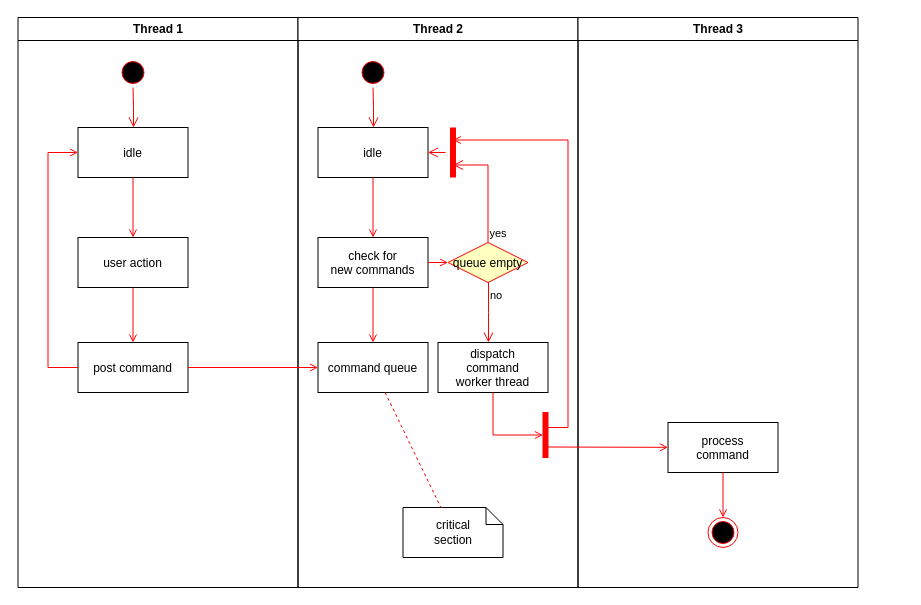
The draw.io diagram Proceso de atención a clientes.drawio in DanielQwer97/hola, before the edit. Source tidied: cells renumbered, new cells numbered last; positions are measured from the earlier drawing's top-left corner, leaving out a move shared by most shapes. Both pictures are drawn from the tidied source at 100%, with x=0, y=0 at pixel (17, 17).
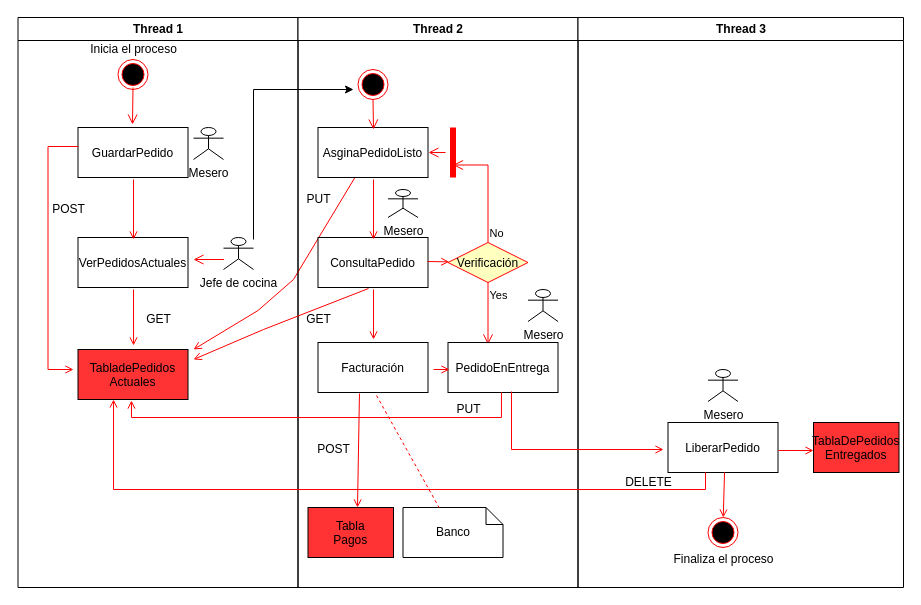
Above is the later version.

The change refers to these unchanged cells:
```xml
<mxCell id="2" value="Thread 1" style="swimlane;whiteSpace=wrap;" parent="1" vertex="1">
  <mxGeometry x="0.5" width="280" height="570" as="geometry" />
</mxCell>
<mxCell id="11" value="Thread 2" style="swimlane;whiteSpace=wrap;" parent="1" vertex="1">
  <mxGeometry x="280.5" width="280" height="570" as="geometry" />
</mxCell>
<mxCell id="23" style="shape=line;strokeWidth=6;strokeColor=#ff0000;rotation=90;" parent="11" vertex="1">
  <mxGeometry x="130" y="127.5" width="50" height="15" as="geometry" />
</mxCell>
<mxCell id="34" style="ellipse;shape=endState;fillColor=#000000;strokeColor=#ff0000;" parent="30" vertex="1">
  <mxGeometry x="130" y="500" width="30" height="30" as="geometry" />
</mxCell>
```

Change to the diagram source:
```diff
@@
-    <mxCell id="3" style="ellipse;shape=startState;fillColor=#000000;strokeColor=#ff0000;" parent="2" vertex="1">
-      <mxGeometry x="100" y="40" width="30" height="30" as="geometry" />
-    </mxCell>
+    <mxCell id="37" value="Mesero&lt;br&gt;" style="shape=umlActor;verticalLabelPosition=bottom;verticalAlign=top;html=1;" parent="2" vertex="1">
+      <mxGeometry x="175.5" y="110" width="30" height="32" as="geometry" />
+    </mxCell>
-    <mxCell id="4" style="edgeStyle=elbowEdgeStyle;elbow=horizontal;verticalAlign=bottom;endArrow=open;endSize=8;strokeColor=#FF0000;endFill=1;rounded=0;" parent="2" edge="1" source="3" target="5">
-      <mxGeometry x="100" y="40" as="geometry" />
+    <mxCell id="4" style="edgeStyle=elbowEdgeStyle;elbow=horizontal;verticalAlign=bottom;endArrow=open;endSize=8;strokeColor=#FF0000;endFill=1;rounded=0;entryX=0.495;entryY=-0.06;entryDx=0;entryDy=0;entryPerimeter=0;" parent="2" edge="1" target="5">
+      <mxGeometry x="100" y="40" as="geometry">
+        <mxPoint x="115" y="70" as="sourcePoint" />
+      </mxGeometry>
     </mxCell>
-    <mxCell id="5" value="idle" parent="2" vertex="1">
+    <mxCell id="5" value="GuardarPedido" parent="2" vertex="1">
       <mxGeometry x="60" y="110" width="110" height="50" as="geometry" />
     </mxCell>
-    <mxCell id="6" value="user action" parent="2" vertex="1">
+    <mxCell id="6" value="VerPedidosActuales" parent="2" vertex="1">
       <mxGeometry x="60" y="220" width="110" height="50" as="geometry" />
     </mxCell>
-    <mxCell id="7" style="endArrow=open;strokeColor=#FF0000;endFill=1;rounded=0;" parent="2" edge="1" source="5" target="6">
-      <mxGeometry relative="1" as="geometry" />
+    <mxCell id="7" style="endArrow=open;strokeColor=#FF0000;endFill=1;rounded=0;" parent="2" edge="1">
+      <mxGeometry relative="1" as="geometry">
+        <mxPoint x="115.5" y="162" as="sourcePoint" />
+        <mxPoint x="115.5" y="222" as="targetPoint" />
+      </mxGeometry>
     </mxCell>
-    <mxCell id="8" value="post command" parent="2" vertex="1">
-      <mxGeometry x="60" y="325" width="110" height="50" as="geometry" />
+    <mxCell id="8" value="TabladePedidos&#10;Actuales" style="fillColor=#FF3333;" parent="2" vertex="1">
+      <mxGeometry x="60" y="332" width="110" height="50" as="geometry" />
     </mxCell>
-    <mxCell id="9" style="endArrow=open;strokeColor=#FF0000;endFill=1;rounded=0;" parent="2" edge="1" source="6" target="8">
-      <mxGeometry relative="1" as="geometry" />
+    <mxCell id="9" style="endArrow=open;strokeColor=#FF0000;endFill=1;rounded=0;entryX=0.505;entryY=-0.08;entryDx=0;entryDy=0;entryPerimeter=0;" parent="2" edge="1" target="8">
+      <mxGeometry relative="1" as="geometry">
+        <mxPoint x="115.5" y="272" as="sourcePoint" />
+      </mxGeometry>
     </mxCell>
-    <mxCell id="10" style="edgeStyle=elbowEdgeStyle;elbow=horizontal;strokeColor=#FF0000;endArrow=open;endFill=1;rounded=0;" parent="2" edge="1" source="8" target="5">
+    <mxCell id="10" style="edgeStyle=elbowEdgeStyle;elbow=horizontal;strokeColor=#FF0000;endArrow=open;endFill=1;rounded=0;exitX=0.005;exitY=0.38;exitDx=0;exitDy=0;exitPerimeter=0;" parent="2" edge="1" source="5">
       <mxGeometry relative="1" as="geometry">
+        <mxPoint x="55.5" y="352" as="targetPoint" />
         <Array as="points">
           <mxPoint x="30" y="250" />
         </Array>
       </mxGeometry>
     </mxCell>
+    <mxCell id="38" value="Jefe de cocina" style="shape=umlActor;verticalLabelPosition=bottom;verticalAlign=top;html=1;" parent="2" vertex="1">
+      <mxGeometry x="205.5" y="220" width="30" height="32" as="geometry" />
+    </mxCell>
+    <mxCell id="39" style="edgeStyle=elbowEdgeStyle;elbow=horizontal;verticalAlign=bottom;endArrow=open;endSize=8;strokeColor=#FF0000;endFill=1;rounded=0;" parent="2" edge="1">
+      <mxGeometry x="26" y="-6" as="geometry">
+        <mxPoint x="185.5" y="242" as="sourcePoint" />
+        <mxPoint x="175.5" y="242" as="targetPoint" />
+        <Array as="points">
+          <mxPoint x="206" y="242" />
+          <mxPoint x="226" y="162" />
+        </Array>
+      </mxGeometry>
+    </mxCell>
+    <mxCell id="40" value="GET" style="text;html=1;align=center;verticalAlign=middle;strokeColor=none;fillColor=none;" parent="2" vertex="1">
+      <mxGeometry x="120" y="292" width="40" height="20" as="geometry" />
+    </mxCell>
+    <mxCell id="41" value="POST" style="text;html=1;align=center;verticalAlign=middle;strokeColor=none;fillColor=none;" parent="2" vertex="1">
+      <mxGeometry x="25.5" y="182" width="50" height="20" as="geometry" />
+    </mxCell>
+    <mxCell id="42" style="endArrow=open;strokeColor=#FF0000;endFill=1;rounded=0;exitX=0.341;exitY=0.98;exitDx=0;exitDy=0;exitPerimeter=0;" parent="2" edge="1" source="14">
+      <mxGeometry relative="1" as="geometry">
+        <mxPoint x="175.5" y="332" as="targetPoint" />
+        <Array as="points">
+          <mxPoint x="275.5" y="262" />
+          <mxPoint x="240" y="293" />
+        </Array>
+      </mxGeometry>
+    </mxCell>
+    <mxCell id="43" style="ellipse;shape=endState;fillColor=#000000;strokeColor=#ff0000;" parent="2" vertex="1">
+      <mxGeometry x="100" y="42" width="30" height="30" as="geometry" />
+    </mxCell>
+    <mxCell id="44" value="Inicia el proceso" style="text;html=1;align=center;verticalAlign=middle;strokeColor=none;fillColor=none;" parent="2" vertex="1">
+      <mxGeometry x="65" y="22" width="100" height="20" as="geometry" />
+    </mxCell>
@@
-    <mxCell id="12" style="ellipse;shape=startState;fillColor=#000000;strokeColor=#ff0000;" parent="11" vertex="1">
-      <mxGeometry x="60" y="40" width="30" height="30" as="geometry" />
-    </mxCell>
-    <mxCell id="13" style="edgeStyle=elbowEdgeStyle;elbow=horizontal;verticalAlign=bottom;endArrow=open;endSize=8;strokeColor=#FF0000;endFill=1;rounded=0;" parent="11" edge="1" source="12" target="14">
-      <mxGeometry x="40" y="20" as="geometry" />
-    </mxCell>
-    <mxCell id="14" value="idle" parent="11" vertex="1">
+    <mxCell id="14" value="AsginaPedidoListo" parent="11" vertex="1">
       <mxGeometry x="20" y="110" width="110" height="50" as="geometry" />
     </mxCell>
-    <mxCell id="15" value="check for &#10;new commands" parent="11" vertex="1">
+    <mxCell id="15" value="ConsultaPedido" parent="11" vertex="1">
       <mxGeometry x="20" y="220" width="110" height="50" as="geometry" />
     </mxCell>
-    <mxCell id="16" style="endArrow=open;strokeColor=#FF0000;endFill=1;rounded=0;" parent="11" edge="1" source="14" target="15">
-      <mxGeometry relative="1" as="geometry" />
+    <mxCell id="16" style="endArrow=open;strokeColor=#FF0000;endFill=1;rounded=0;" parent="11" edge="1">
+      <mxGeometry relative="1" as="geometry">
+        <mxPoint x="75.5" y="162" as="sourcePoint" />
+        <mxPoint x="75.5" y="222" as="targetPoint" />
+      </mxGeometry>
     </mxCell>
-    <mxCell id="17" value="command queue" parent="11" vertex="1">
+    <mxCell id="17" value="Facturación" parent="11" vertex="1">
       <mxGeometry x="20" y="325" width="110" height="50" as="geometry" />
     </mxCell>
-    <mxCell id="18" style="endArrow=open;strokeColor=#FF0000;endFill=1;rounded=0;" parent="11" edge="1" source="15" target="17">
-      <mxGeometry relative="1" as="geometry" />
+    <mxCell id="18" style="endArrow=open;strokeColor=#FF0000;endFill=1;rounded=0;" parent="11" edge="1">
+      <mxGeometry relative="1" as="geometry">
+        <mxPoint x="75.5" y="272" as="sourcePoint" />
+        <mxPoint x="75.5" y="322" as="targetPoint" />
+      </mxGeometry>
     </mxCell>
-    <mxCell id="19" value="queue empty" style="rhombus;fillColor=#ffffc0;strokeColor=#ff0000;" parent="11" vertex="1">
+    <mxCell id="19" value="Verificación" style="rhombus;fillColor=#ffffc0;strokeColor=#ff0000;" parent="11" vertex="1">
       <mxGeometry x="150" y="225" width="80" height="40" as="geometry" />
     </mxCell>
-    <mxCell id="20" value="yes" style="edgeStyle=elbowEdgeStyle;elbow=horizontal;align=left;verticalAlign=bottom;endArrow=open;endSize=8;strokeColor=#FF0000;exitX=0.5;exitY=0;endFill=1;rounded=0;entryX=0.75;entryY=0.5;entryPerimeter=0;" parent="11" edge="1" source="19" target="23">
+    <mxCell id="20" value="No" style="edgeStyle=elbowEdgeStyle;elbow=horizontal;align=left;verticalAlign=bottom;endArrow=open;endSize=8;strokeColor=#FF0000;exitX=0.5;exitY=0;endFill=1;rounded=0;entryX=0.75;entryY=0.5;entryPerimeter=0;" parent="11" edge="1" source="19" target="23">
       <mxGeometry x="-1" relative="1" as="geometry">
         <Array as="points">
           <mxPoint x="190" y="180" />
         </Array>
       </mxGeometry>
     </mxCell>
-    <mxCell id="21" value="no" style="edgeStyle=elbowEdgeStyle;elbow=horizontal;align=left;verticalAlign=top;endArrow=open;endSize=8;strokeColor=#FF0000;endFill=1;rounded=0;" parent="11" edge="1" source="19" target="25">
-      <mxGeometry x="-1" relative="1" as="geometry" />
+    <mxCell id="21" value="Yes" style="edgeStyle=elbowEdgeStyle;elbow=horizontal;align=left;verticalAlign=top;endArrow=open;endSize=8;strokeColor=#FF0000;endFill=1;rounded=0;entryX=0.368;entryY=0.04;entryDx=0;entryDy=0;entryPerimeter=0;" parent="11" edge="1" source="19" target="25">
+      <mxGeometry x="-1" relative="1" as="geometry">
+        <Array as="points">
+          <mxPoint x="190" y="292" />
+        </Array>
+      </mxGeometry>
     </mxCell>
-    <mxCell id="22" style="endArrow=open;strokeColor=#FF0000;endFill=1;rounded=0;" parent="11" edge="1" source="15" target="19">
+    <mxCell id="22" style="endArrow=open;strokeColor=#FF0000;endFill=1;rounded=0;exitX=0.995;exitY=0.48;exitDx=0;exitDy=0;exitPerimeter=0;" parent="11" edge="1" source="15" target="19">
       <mxGeometry relative="1" as="geometry" />
     </mxCell>
@@
-    <mxCell id="24" style="edgeStyle=elbowEdgeStyle;elbow=horizontal;verticalAlign=bottom;endArrow=open;endSize=8;strokeColor=#FF0000;endFill=1;rounded=0;" parent="11" edge="1" source="23" target="14">
-      <mxGeometry x="130" y="90" as="geometry" />
+    <mxCell id="24" style="edgeStyle=elbowEdgeStyle;elbow=horizontal;verticalAlign=bottom;endArrow=open;endSize=8;strokeColor=#FF0000;endFill=1;rounded=0;" parent="11" edge="1" source="23">
+      <mxGeometry x="130" y="90" as="geometry">
+        <mxPoint x="130.5" y="135" as="targetPoint" />
+      </mxGeometry>
     </mxCell>
-    <mxCell id="25" value="dispatch&#10;command&#10;worker thread" parent="11" vertex="1">
-      <mxGeometry x="140" y="325" width="110" height="50" as="geometry" />
+    <mxCell id="25" value="PedidoEnEntrega" parent="11" vertex="1">
+      <mxGeometry x="150" y="325" width="110" height="50" as="geometry" />
     </mxCell>
-    <mxCell id="26" value="critical&#10;section" style="shape=note;whiteSpace=wrap;size=17;" parent="11" vertex="1">
+    <mxCell id="26" value="Banco" style="shape=note;whiteSpace=wrap;size=17;" parent="11" vertex="1">
       <mxGeometry x="105" y="490" width="100" height="50" as="geometry" />
     </mxCell>
-    <mxCell id="27" style="endArrow=none;strokeColor=#FF0000;endFill=0;rounded=0;dashed=1;" parent="11" edge="1" source="17" target="26">
+    <mxCell id="27" style="endArrow=none;strokeColor=#FF0000;endFill=0;rounded=0;dashed=1;exitX=0.532;exitY=1.06;exitDx=0;exitDy=0;exitPerimeter=0;" parent="11" edge="1" source="17" target="26">
       <mxGeometry relative="1" as="geometry" />
     </mxCell>
-    <mxCell id="28" style="whiteSpace=wrap;strokeColor=#FF0000;fillColor=#FF0000;" parent="11" vertex="1">
-      <mxGeometry x="245" y="395" width="5" height="45" as="geometry" />
-    </mxCell>
-    <mxCell id="29" style="edgeStyle=elbowEdgeStyle;elbow=horizontal;entryX=0;entryY=0.5;strokeColor=#FF0000;endArrow=open;endFill=1;rounded=0;" parent="11" edge="1" source="25" target="28">
-      <mxGeometry relative="1" as="geometry">
-        <Array as="points">
-          <mxPoint x="195" y="400" />
-        </Array>
-      </mxGeometry>
-    </mxCell>
+    <mxCell id="45" value="GET" style="text;html=1;align=center;verticalAlign=middle;strokeColor=none;fillColor=none;" parent="11" vertex="1">
+      <mxGeometry y="292" width="40" height="20" as="geometry" />
+    </mxCell>
+    <mxCell id="46" value="PUT" style="text;html=1;align=center;verticalAlign=middle;strokeColor=none;fillColor=none;" parent="11" vertex="1">
+      <mxGeometry y="172" width="40" height="20" as="geometry" />
+    </mxCell>
+    <mxCell id="47" style="ellipse;shape=endState;fillColor=#000000;strokeColor=#ff0000;" parent="11" vertex="1">
+      <mxGeometry x="60" y="52" width="30" height="30" as="geometry" />
+    </mxCell>
+    <mxCell id="48" style="edgeStyle=elbowEdgeStyle;elbow=horizontal;verticalAlign=bottom;endArrow=open;endSize=8;strokeColor=#FF0000;endFill=1;rounded=0;exitX=0.5;exitY=1;exitDx=0;exitDy=0;" parent="11" edge="1" source="47">
+      <mxGeometry x="-334.5" y="-78" as="geometry">
+        <mxPoint x="75.5" y="112" as="targetPoint" />
+      </mxGeometry>
+    </mxCell>
+    <mxCell id="49" value="Tabla&#10;Pagos" style="fillColor=#FF3333;" parent="11" vertex="1">
+      <mxGeometry x="10" y="490" width="85.5" height="50" as="geometry" />
+    </mxCell>
+    <mxCell id="36" style="endArrow=open;strokeColor=#FF0000;endFill=1;rounded=0;entryX=0.579;entryY=0;entryDx=0;entryDy=0;entryPerimeter=0;exitX=0.377;exitY=1.02;exitDx=0;exitDy=0;exitPerimeter=0;" parent="11" edge="1" source="17" target="49">
+      <mxGeometry relative="1" as="geometry" />
+    </mxCell>
+    <mxCell id="50" value="POST" style="text;html=1;align=center;verticalAlign=middle;strokeColor=none;fillColor=none;" parent="11" vertex="1">
+      <mxGeometry x="10" y="422" width="50" height="20" as="geometry" />
+    </mxCell>
+    <mxCell id="51" style="endArrow=open;strokeColor=#FF0000;endFill=1;rounded=0;entryX=0.014;entryY=0.54;entryDx=0;entryDy=0;entryPerimeter=0;" parent="11" edge="1" target="25">
+      <mxGeometry relative="1" as="geometry">
+        <mxPoint x="135.5" y="352" as="sourcePoint" />
+        <Array as="points">
+          <mxPoint x="135.5" y="352" />
+        </Array>
+      </mxGeometry>
+    </mxCell>
+    <mxCell id="52" value="Mesero&lt;br&gt;" style="shape=umlActor;verticalLabelPosition=bottom;verticalAlign=top;html=1;" parent="11" vertex="1">
+      <mxGeometry x="230" y="272" width="30" height="32" as="geometry" />
+    </mxCell>
+    <mxCell id="53" value="Mesero&lt;br&gt;" style="shape=umlActor;verticalLabelPosition=bottom;verticalAlign=top;html=1;" parent="11" vertex="1">
+      <mxGeometry x="90" y="172" width="30" height="28" as="geometry" />
+    </mxCell>
+    <mxCell id="54" value="PUT" style="text;html=1;align=center;verticalAlign=middle;strokeColor=none;fillColor=none;" parent="11" vertex="1">
+      <mxGeometry x="150" y="382" width="40" height="20" as="geometry" />
+    </mxCell>
     <mxCell id="30" value="Thread 3" style="swimlane;whiteSpace=wrap;" parent="1" vertex="1">
-      <mxGeometry x="560.5" width="280" height="570" as="geometry" />
+      <mxGeometry x="560.5" width="325.5" height="570" as="geometry" />
     </mxCell>
-    <mxCell id="31" value="process&#10;command" parent="30" vertex="1">
+    <mxCell id="31" value="LiberarPedido" parent="30" vertex="1">
       <mxGeometry x="90" y="405" width="110" height="50" as="geometry" />
     </mxCell>
-    <mxCell id="32" style="edgeStyle=elbowEdgeStyle;elbow=horizontal;strokeColor=#FF0000;endArrow=open;endFill=1;rounded=0;entryX=0.25;entryY=0.5;entryPerimeter=0;" parent="30" edge="1" target="23">
-      <mxGeometry relative="1" as="geometry">
-        <mxPoint x="-30" y="410" as="sourcePoint" />
-        <Array as="points">
-          <mxPoint x="-10" y="135" />
-        </Array>
-      </mxGeometry>
-    </mxCell>
-    <mxCell id="33" style="edgeStyle=none;strokeColor=#FF0000;endArrow=open;endFill=1;rounded=0;" parent="30" edge="1" target="31">
+    <mxCell id="33" style="edgeStyle=none;strokeColor=#FF0000;endArrow=open;endFill=1;rounded=0;exitX=0.577;exitY=0.98;exitDx=0;exitDy=0;exitPerimeter=0;" parent="30" edge="1" source="25">
       <mxGeometry relative="1" as="geometry">
-        <mxPoint x="-30" y="429.5" as="sourcePoint" />
+        <mxPoint x="85.5" y="432" as="targetPoint" />
+        <Array as="points">
+          <mxPoint x="-66.5" y="432" />
+        </Array>
       </mxGeometry>
     </mxCell>
@@
-    <mxCell id="35" style="endArrow=open;strokeColor=#FF0000;endFill=1;rounded=0;" parent="30" edge="1" source="31" target="34">
+    <mxCell id="35" style="endArrow=open;strokeColor=#FF0000;endFill=1;rounded=0;exitX=0.514;exitY=1;exitDx=0;exitDy=0;exitPerimeter=0;" parent="30" edge="1" source="31" target="34">
       <mxGeometry relative="1" as="geometry" />
     </mxCell>
-    <mxCell id="36" style="endArrow=open;strokeColor=#FF0000;endFill=1;rounded=0;" parent="1" edge="1" source="8" target="17">
-      <mxGeometry relative="1" as="geometry" />
-    </mxCell>
+    <mxCell id="55" value="Mesero&lt;br&gt;" style="shape=umlActor;verticalLabelPosition=bottom;verticalAlign=top;html=1;" parent="30" vertex="1">
+      <mxGeometry x="130" y="352" width="30" height="32" as="geometry" />
+    </mxCell>
+    <mxCell id="56" value="DELETE" style="text;html=1;align=center;verticalAlign=middle;strokeColor=none;fillColor=none;" parent="30" vertex="1">
+      <mxGeometry x="40.5" y="455" width="60" height="20" as="geometry" />
+    </mxCell>
+    <mxCell id="57" value="Finaliza el proceso" style="text;html=1;align=center;verticalAlign=middle;strokeColor=none;fillColor=none;" parent="30" vertex="1">
+      <mxGeometry x="85" y="532" width="120" height="20" as="geometry" />
+    </mxCell>
+    <mxCell id="58" style="edgeStyle=none;strokeColor=#FF0000;endArrow=open;endFill=1;rounded=0;exitX=1.005;exitY=0.56;exitDx=0;exitDy=0;exitPerimeter=0;" parent="30" edge="1" source="31">
+      <mxGeometry relative="1" as="geometry">
+        <mxPoint x="235.5" y="433" as="targetPoint" />
+      </mxGeometry>
+    </mxCell>
+    <mxCell id="59" value="TablaDePedidos&#10;Entregados" style="fillColor=#FF3333;" parent="30" vertex="1">
+      <mxGeometry x="235.5" y="405" width="85.5" height="50" as="geometry" />
+    </mxCell>
+    <mxCell id="60" style="endArrow=classic;html=1;rounded=0;" parent="1" edge="1">
+      <mxGeometry relative="1" as="geometry">
+        <mxPoint x="236" y="222" as="sourcePoint" />
+        <mxPoint x="336" y="72" as="targetPoint" />
+        <Array as="points">
+          <mxPoint x="236" y="72" />
+        </Array>
+      </mxGeometry>
+    </mxCell>
+    <mxCell id="61" style="endArrow=open;strokeColor=#FF0000;endFill=1;rounded=0;exitX=0.459;exitY=1.02;exitDx=0;exitDy=0;exitPerimeter=0;" parent="1" edge="1" source="15">
+      <mxGeometry relative="1" as="geometry">
+        <mxPoint x="176" y="342" as="targetPoint" />
+        <Array as="points">
+          <mxPoint x="246" y="312" />
+        </Array>
+      </mxGeometry>
+    </mxCell>
+    <mxCell id="29" style="edgeStyle=elbowEdgeStyle;elbow=horizontal;strokeColor=#FF0000;endArrow=open;endFill=1;rounded=0;exitX=0.486;exitY=1;exitDx=0;exitDy=0;exitPerimeter=0;entryX=0.486;entryY=1.02;entryDx=0;entryDy=0;entryPerimeter=0;" parent="1" edge="1" source="25" target="8">
+      <mxGeometry relative="1" as="geometry">
+        <Array as="points">
+          <mxPoint x="475.5" y="400" />
+        </Array>
+      </mxGeometry>
+    </mxCell>
+    <mxCell id="62" style="edgeStyle=elbowEdgeStyle;elbow=horizontal;strokeColor=#FF0000;endArrow=open;endFill=1;rounded=0;exitX=0.341;exitY=1;exitDx=0;exitDy=0;exitPerimeter=0;entryX=0.323;entryY=1;entryDx=0;entryDy=0;entryPerimeter=0;" parent="1" edge="1" source="31" target="8">
+      <mxGeometry relative="1" as="geometry">
+        <Array as="points">
+          <mxPoint x="386" y="472" />
+        </Array>
+      </mxGeometry>
+    </mxCell>
```
